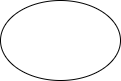
romangorbunov91/master-thesis-2026 keeps this draw.io diagram as images/parametersEstimation/model_block_diagram.drawio.png. Above is the earlier version. Source tidied: cells renumbered, new cells last; positions are measured from the earlier drawing's top-left corner, leaving out a move shared by most shapes.
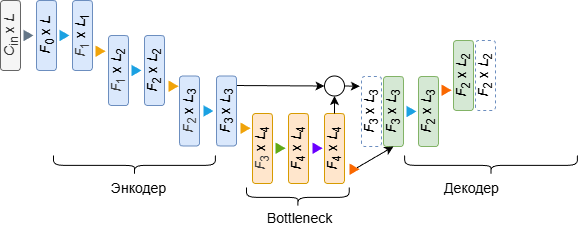
After the commit.

What changed in the source:
```diff
@@ -2,8 +2,122 @@
   <root>
     <mxCell id="0" />
     <mxCell id="1" parent="0" />
-    <mxCell id="2" style="ellipse;whiteSpace=wrap;html=1;" parent="1" vertex="1">
-      <mxGeometry width="120" height="80" as="geometry" />
+    <mxCell id="2" value="&lt;font style=&quot;font-size: 14px; line-height: 100%;&quot;&gt;&lt;i&gt;C&lt;/i&gt;&lt;sub style=&quot;line-height: 100%;&quot;&gt;in&lt;/sub&gt; x &lt;i&gt;L&lt;/i&gt;&lt;/font&gt;" style="rounded=1;whiteSpace=wrap;html=1;rotation=-90;fillColor=#f5f5f5;strokeColor=#666666;glass=0;fontColor=#333333;" parent="1" vertex="1">
+      <mxGeometry width="70" height="20" as="geometry" />
     </mxCell>
+    <mxCell id="3" value="&lt;font style=&quot;font-size: 14px; line-height: 100%;&quot;&gt;&lt;i&gt;F&lt;/i&gt;&lt;sub style=&quot;line-height: 100%;&quot;&gt;0&lt;/sub&gt;&amp;nbsp;x &lt;i&gt;L&lt;/i&gt;&lt;/font&gt;" style="rounded=1;whiteSpace=wrap;html=1;rotation=-90;fillColor=#dae8fc;strokeColor=#6c8ebf;" parent="1" vertex="1">
+      <mxGeometry x="36" width="70" height="20" as="geometry" />
+    </mxCell>
+    <mxCell id="4" value="&lt;font style=&quot;font-size: 14px; line-height: 100%;&quot;&gt;&lt;i style=&quot;color: rgb(63, 63, 63); scrollbar-color: rgb(226, 226, 226) rgb(251, 251, 251);&quot;&gt;F&lt;/i&gt;&lt;sub style=&quot;color: rgb(63, 63, 63); scrollbar-color: rgb(226, 226, 226) rgb(251, 251, 251); line-height: 11.6667px;&quot;&gt;1&lt;/sub&gt;&amp;nbsp;x &lt;i&gt;L&lt;/i&gt;&lt;sub&gt;1&lt;/sub&gt;&lt;/font&gt;" style="rounded=1;whiteSpace=wrap;html=1;rotation=-90;fillColor=#dae8fc;strokeColor=#6c8ebf;" parent="1" vertex="1">
+      <mxGeometry x="72" width="70" height="20" as="geometry" />
+    </mxCell>
+    <mxCell id="5" value="&lt;font style=&quot;font-size: 14px; line-height: 100%;&quot;&gt;&lt;i&gt;F&lt;/i&gt;&lt;sub style=&quot;line-height: 100%;&quot;&gt;2&lt;/sub&gt;&amp;nbsp;x &lt;i&gt;L&lt;/i&gt;&lt;sub&gt;2&lt;/sub&gt;&lt;/font&gt;" style="rounded=1;whiteSpace=wrap;html=1;rotation=-90;fillColor=#dae8fc;strokeColor=#6c8ebf;" parent="1" vertex="1">
+      <mxGeometry x="144" y="35" width="70" height="20" as="geometry" />
+    </mxCell>
+    <mxCell id="6" value="&lt;font style=&quot;font-size: 14px; line-height: 100%;&quot;&gt;&lt;i style=&quot;color: rgb(63, 63, 63); scrollbar-color: rgb(226, 226, 226) rgb(251, 251, 251);&quot;&gt;F&lt;/i&gt;&lt;sub style=&quot;color: rgb(63, 63, 63); scrollbar-color: rgb(226, 226, 226) rgb(251, 251, 251); line-height: 11.6667px;&quot;&gt;2&lt;/sub&gt;&amp;nbsp;x &lt;i&gt;L&lt;/i&gt;&lt;sub&gt;3&lt;/sub&gt;&lt;/font&gt;" style="rounded=1;whiteSpace=wrap;html=1;rotation=-90;fillColor=#dae8fc;strokeColor=#6c8ebf;" parent="1" vertex="1">
+      <mxGeometry x="179" y="75.5" width="70" height="20" as="geometry" />
+    </mxCell>
+    <mxCell id="7" style="edgeStyle=none;html=1;exitX=0.864;exitY=1.008;exitDx=0;exitDy=0;entryX=0;entryY=0.5;entryDx=0;entryDy=0;exitPerimeter=0;" parent="1" edge="1" source="8" target="28">
+      <mxGeometry relative="1" as="geometry" />
+    </mxCell>
+    <mxCell id="8" value="&lt;font style=&quot;font-size: 14px; line-height: 100%;&quot;&gt;&lt;i&gt;F&lt;/i&gt;&lt;sub style=&quot;line-height: 100%;&quot;&gt;3&lt;/sub&gt;&amp;nbsp;x &lt;i&gt;L&lt;/i&gt;&lt;sub&gt;3&lt;/sub&gt;&lt;/font&gt;" style="rounded=1;whiteSpace=wrap;html=1;rotation=-90;fillColor=#dae8fc;strokeColor=#6c8ebf;" parent="1" vertex="1">
+      <mxGeometry x="216" y="75.5" width="70" height="20" as="geometry" />
+    </mxCell>
+    <mxCell id="9" value="&lt;font style=&quot;font-size: 14px; line-height: 100%;&quot;&gt;&lt;i style=&quot;color: rgb(63, 63, 63); scrollbar-color: rgb(226, 226, 226) rgb(251, 251, 251);&quot;&gt;F&lt;/i&gt;&lt;sub style=&quot;color: rgb(63, 63, 63); scrollbar-color: rgb(226, 226, 226) rgb(251, 251, 251); line-height: 11.6667px;&quot;&gt;3&lt;/sub&gt;&amp;nbsp;x &lt;i&gt;L&lt;/i&gt;&lt;sub&gt;4&lt;/sub&gt;&lt;/font&gt;" style="rounded=1;whiteSpace=wrap;html=1;rotation=-90;fillColor=#ffe6cc;strokeColor=#d79b00;" parent="1" vertex="1">
+      <mxGeometry x="252" y="113" width="70" height="20" as="geometry" />
+    </mxCell>
+    <mxCell id="10" value="&lt;font style=&quot;font-size: 14px; line-height: 100%;&quot;&gt;&lt;i&gt;F&lt;/i&gt;&lt;sub style=&quot;line-height: 100%;&quot;&gt;4&lt;/sub&gt;&amp;nbsp;x &lt;i&gt;L&lt;/i&gt;&lt;sub&gt;4&lt;/sub&gt;&lt;/font&gt;" style="rounded=1;whiteSpace=wrap;html=1;rotation=-90;fillColor=#ffe6cc;strokeColor=#d79b00;" parent="1" vertex="1">
+      <mxGeometry x="288" y="113" width="70" height="20" as="geometry" />
+    </mxCell>
+    <mxCell id="11" style="triangle;whiteSpace=wrap;html=1;fillColor=#1ba1e2;fontColor=#ffffff;strokeColor=none;" parent="1" vertex="1">
+      <mxGeometry x="84" y="4.2" width="10" height="11.5" as="geometry" />
+    </mxCell>
+    <mxCell id="12" value="&lt;font style=&quot;font-size: 14px; line-height: 100%;&quot;&gt;&lt;i style=&quot;color: rgb(63, 63, 63); scrollbar-color: rgb(226, 226, 226) rgb(251, 251, 251);&quot;&gt;F&lt;/i&gt;&lt;sub style=&quot;color: rgb(63, 63, 63); scrollbar-color: rgb(226, 226, 226) rgb(251, 251, 251); line-height: 11.6667px;&quot;&gt;1&lt;/sub&gt;&amp;nbsp;x &lt;i&gt;L&lt;/i&gt;&lt;sub&gt;2&lt;/sub&gt;&lt;/font&gt;" style="rounded=1;whiteSpace=wrap;html=1;rotation=-90;fillColor=#dae8fc;strokeColor=#6c8ebf;" parent="1" vertex="1">
+      <mxGeometry x="108" y="35" width="70" height="20" as="geometry" />
+    </mxCell>
+    <mxCell id="13" style="triangle;whiteSpace=wrap;html=1;fillColor=#647687;fontColor=#ffffff;strokeColor=none;" parent="1" vertex="1">
+      <mxGeometry x="48" y="4.2" width="10" height="11.5" as="geometry" />
+    </mxCell>
+    <mxCell id="14" style="triangle;whiteSpace=wrap;html=1;fillColor=#f0a30a;strokeColor=none;fontColor=#000000;" parent="1" vertex="1">
+      <mxGeometry x="120" y="20" width="10" height="11.5" as="geometry" />
+    </mxCell>
+    <mxCell id="15" style="triangle;whiteSpace=wrap;html=1;fillColor=#1ba1e2;fontColor=#ffffff;strokeColor=none;" parent="1" vertex="1">
+      <mxGeometry x="156" y="39.2" width="10" height="11.5" as="geometry" />
+    </mxCell>
+    <mxCell id="16" style="triangle;whiteSpace=wrap;html=1;fillColor=#f0a30a;strokeColor=none;fontColor=#000000;" parent="1" vertex="1">
+      <mxGeometry x="193" y="55" width="10" height="11.5" as="geometry" />
+    </mxCell>
+    <mxCell id="17" style="triangle;whiteSpace=wrap;html=1;fillColor=#1ba1e2;fontColor=#ffffff;strokeColor=none;" parent="1" vertex="1">
+      <mxGeometry x="228" y="79.8" width="10" height="11.5" as="geometry" />
+    </mxCell>
+    <mxCell id="18" style="triangle;whiteSpace=wrap;html=1;fillColor=#f0a30a;strokeColor=none;fontColor=#000000;" parent="1" vertex="1">
+      <mxGeometry x="265" y="97" width="10" height="11.5" as="geometry" />
+    </mxCell>
+    <mxCell id="19" style="triangle;whiteSpace=wrap;html=1;fillColor=#60a917;fontColor=#ffffff;strokeColor=none;" parent="1" vertex="1">
+      <mxGeometry x="300" y="117" width="10" height="11.5" as="geometry" />
+    </mxCell>
+    <mxCell id="20" value="&lt;font style=&quot;font-size: 14px; line-height: 100%;&quot;&gt;&lt;i&gt;F&lt;/i&gt;&lt;sub style=&quot;line-height: 100%;&quot;&gt;4&lt;/sub&gt;&amp;nbsp;x &lt;i&gt;L&lt;/i&gt;&lt;sub&gt;4&lt;/sub&gt;&lt;/font&gt;" style="rounded=1;whiteSpace=wrap;html=1;rotation=-90;fillColor=#ffe6cc;strokeColor=#d79b00;" parent="1" vertex="1">
+      <mxGeometry x="324" y="113" width="70" height="20" as="geometry" />
+    </mxCell>
+    <mxCell id="21" style="triangle;whiteSpace=wrap;html=1;fillColor=#6a00ff;fontColor=#ffffff;strokeColor=none;" parent="1" vertex="1">
+      <mxGeometry x="337" y="117" width="10" height="11.5" as="geometry" />
+    </mxCell>
+    <mxCell id="22" value="&lt;font style=&quot;font-size: 14px; line-height: 100%;&quot;&gt;&lt;i&gt;F&lt;/i&gt;&lt;sub style=&quot;line-height: 100%;&quot;&gt;3&lt;/sub&gt;&amp;nbsp;x &lt;i&gt;L&lt;/i&gt;&lt;sub&gt;3&lt;/sub&gt;&lt;/font&gt;" style="rounded=1;whiteSpace=wrap;html=1;rotation=-90;fillColor=none;strokeColor=#6c8ebf;dashed=1;" parent="1" vertex="1">
+      <mxGeometry x="361" y="76" width="70" height="20" as="geometry" />
+    </mxCell>
+    <mxCell id="23" style="edgeStyle=none;html=1;exitX=1;exitY=0.5;exitDx=0;exitDy=0;" parent="1" edge="1" source="20" target="28">
+      <mxGeometry relative="1" as="geometry" />
+    </mxCell>
+    <mxCell id="24" value="&lt;font style=&quot;font-size: 14px; line-height: 100%;&quot;&gt;&lt;i&gt;F&lt;/i&gt;&lt;sub style=&quot;line-height: 100%;&quot;&gt;3&lt;/sub&gt;&amp;nbsp;x &lt;i&gt;L&lt;/i&gt;&lt;sub&gt;3&lt;/sub&gt;&lt;/font&gt;" style="rounded=1;whiteSpace=wrap;html=1;rotation=-90;fillColor=#d5e8d4;strokeColor=#82b366;" parent="1" vertex="1">
+      <mxGeometry x="383" y="76" width="70" height="20" as="geometry" />
+    </mxCell>
+    <mxCell id="25" style="edgeStyle=none;html=1;entryX=0;entryY=0.5;entryDx=0;entryDy=0;" parent="1" edge="1" source="26" target="24">
+      <mxGeometry relative="1" as="geometry" />
+    </mxCell>
+    <mxCell id="26" style="triangle;whiteSpace=wrap;html=1;fillColor=#fa6800;strokeColor=none;fontColor=#000000;" parent="1" vertex="1">
+      <mxGeometry x="374" y="138" width="10" height="11.5" as="geometry" />
+    </mxCell>
+    <mxCell id="27" style="edgeStyle=none;html=1;entryX=0.861;entryY=-0.085;entryDx=0;entryDy=0;entryPerimeter=0;" parent="1" edge="1" source="28" target="22">
+      <mxGeometry relative="1" as="geometry" />
+    </mxCell>
+    <mxCell id="28" style="ellipse;whiteSpace=wrap;html=1;" parent="1" vertex="1">
+      <mxGeometry x="349" y="50.5" width="20" height="20" as="geometry" />
+    </mxCell>
+    <mxCell id="29" style="triangle;whiteSpace=wrap;html=1;fillColor=#1ba1e2;fontColor=#ffffff;strokeColor=none;" parent="1" vertex="1">
+      <mxGeometry x="431" y="80.2" width="10" height="11.5" as="geometry" />
+    </mxCell>
+    <mxCell id="30" value="&lt;font style=&quot;font-size: 14px; line-height: 100%;&quot;&gt;&lt;i&gt;F&lt;/i&gt;&lt;sub style=&quot;line-height: 100%;&quot;&gt;2&lt;/sub&gt;&amp;nbsp;x &lt;i&gt;L&lt;/i&gt;&lt;sub&gt;3&lt;/sub&gt;&lt;/font&gt;" style="rounded=1;whiteSpace=wrap;html=1;rotation=-90;fillColor=#d5e8d4;strokeColor=#82b366;" parent="1" vertex="1">
+      <mxGeometry x="418" y="76" width="70" height="20" as="geometry" />
+    </mxCell>
+    <mxCell id="31" style="triangle;whiteSpace=wrap;html=1;fillColor=#fa6800;strokeColor=none;fontColor=#000000;" parent="1" vertex="1">
+      <mxGeometry x="466" y="59" width="10" height="11.5" as="geometry" />
+    </mxCell>
+    <mxCell id="32" value="&lt;font style=&quot;font-size: 14px; line-height: 100%;&quot;&gt;&lt;i&gt;F&lt;/i&gt;&lt;sub style=&quot;line-height: 100%;&quot;&gt;2&lt;/sub&gt;&amp;nbsp;x &lt;i&gt;L&lt;/i&gt;&lt;sub&gt;2&lt;/sub&gt;&lt;/font&gt;" style="rounded=1;whiteSpace=wrap;html=1;rotation=-90;fillColor=none;strokeColor=#6c8ebf;dashed=1;" parent="1" vertex="1">
+      <mxGeometry x="475" y="40" width="70" height="20" as="geometry" />
+    </mxCell>
+    <mxCell id="33" value="&lt;font style=&quot;font-size: 14px; line-height: 100%;&quot;&gt;&lt;i&gt;F&lt;/i&gt;&lt;sub style=&quot;line-height: 100%;&quot;&gt;2&lt;/sub&gt;&amp;nbsp;x &lt;i&gt;L&lt;/i&gt;&lt;sub&gt;2&lt;/sub&gt;&lt;/font&gt;" style="rounded=1;whiteSpace=wrap;html=1;rotation=-90;fillColor=#d5e8d4;strokeColor=#82b366;" parent="1" vertex="1">
+      <mxGeometry x="453" y="40" width="70" height="20" as="geometry" />
+    </mxCell>
+    <mxCell id="34" style="shape=curlyBracket;whiteSpace=wrap;html=1;rounded=1;flipH=1;labelPosition=right;verticalLabelPosition=middle;align=left;verticalAlign=middle;rotation=90;" parent="1" vertex="1">
+      <mxGeometry x="149.1" y="58.9" width="19.7" height="161.9" as="geometry" />
+    </mxCell>
+    <mxCell id="35" value="&lt;font style=&quot;font-size: 14px; line-height: 100%;&quot;&gt;&lt;i&gt;F&lt;/i&gt;&lt;sub style=&quot;line-height: 100%;&quot;&gt;0&lt;/sub&gt;&amp;nbsp;x &lt;i&gt;L&lt;/i&gt;&lt;/font&gt;" style="rounded=1;whiteSpace=wrap;html=1;rotation=-90;fillColor=#dae8fc;strokeColor=#6c8ebf;" parent="1" vertex="1">
+      <mxGeometry x="36" width="70" height="20" as="geometry" />
+    </mxCell>
+    <mxCell id="36" value="&lt;span style=&quot;color: rgb(0, 0, 0); text-align: left; text-wrap-mode: wrap;&quot;&gt;&lt;font style=&quot;font-size: 14px; line-height: 100%;&quot;&gt;Энкодер&lt;/font&gt;&lt;/span&gt;" style="text;html=1;align=center;verticalAlign=middle;strokeColor=none;fillColor=none;" parent="1" vertex="1">
+      <mxGeometry x="126" y="149" width="74" height="28" as="geometry" />
+    </mxCell>
+    <mxCell id="37" style="shape=curlyBracket;whiteSpace=wrap;html=1;rounded=1;flipH=1;labelPosition=right;verticalLabelPosition=middle;align=left;verticalAlign=middle;rotation=90;" parent="1" vertex="1">
+      <mxGeometry x="312.5" y="120.5" width="19.7" height="102.7" as="geometry" />
+    </mxCell>
+    <mxCell id="38" value="&lt;div style=&quot;text-align: left;&quot;&gt;&lt;span style=&quot;background-color: transparent; font-size: 14px; text-wrap-mode: wrap;&quot;&gt;Bottleneck&lt;/span&gt;&lt;/div&gt;" style="text;html=1;align=center;verticalAlign=middle;strokeColor=none;fillColor=none;" parent="1" vertex="1">
+      <mxGeometry x="282" y="178" width="84" height="30" as="geometry" />
+    </mxCell>
+    <mxCell id="39" style="shape=curlyBracket;whiteSpace=wrap;html=1;rounded=1;flipH=1;labelPosition=right;verticalLabelPosition=middle;align=left;verticalAlign=middle;rotation=90;" parent="1" vertex="1">
+      <mxGeometry x="505.6" y="53.5" width="19.7" height="172.8" as="geometry" />
+    </mxCell>
+    <mxCell id="40" value="&lt;span style=&quot;color: rgb(0, 0, 0); text-align: left; text-wrap-mode: wrap;&quot;&gt;&lt;font style=&quot;font-size: 14px; line-height: 100%;&quot;&gt;Декодер&lt;/font&gt;&lt;/span&gt;" style="text;html=1;align=center;verticalAlign=middle;strokeColor=none;fillColor=none;" parent="1" vertex="1">
+      <mxGeometry x="459" y="149" width="74" height="28" as="geometry" />
+    </mxCell>
   </root>
 </mxGraphModel>
```
